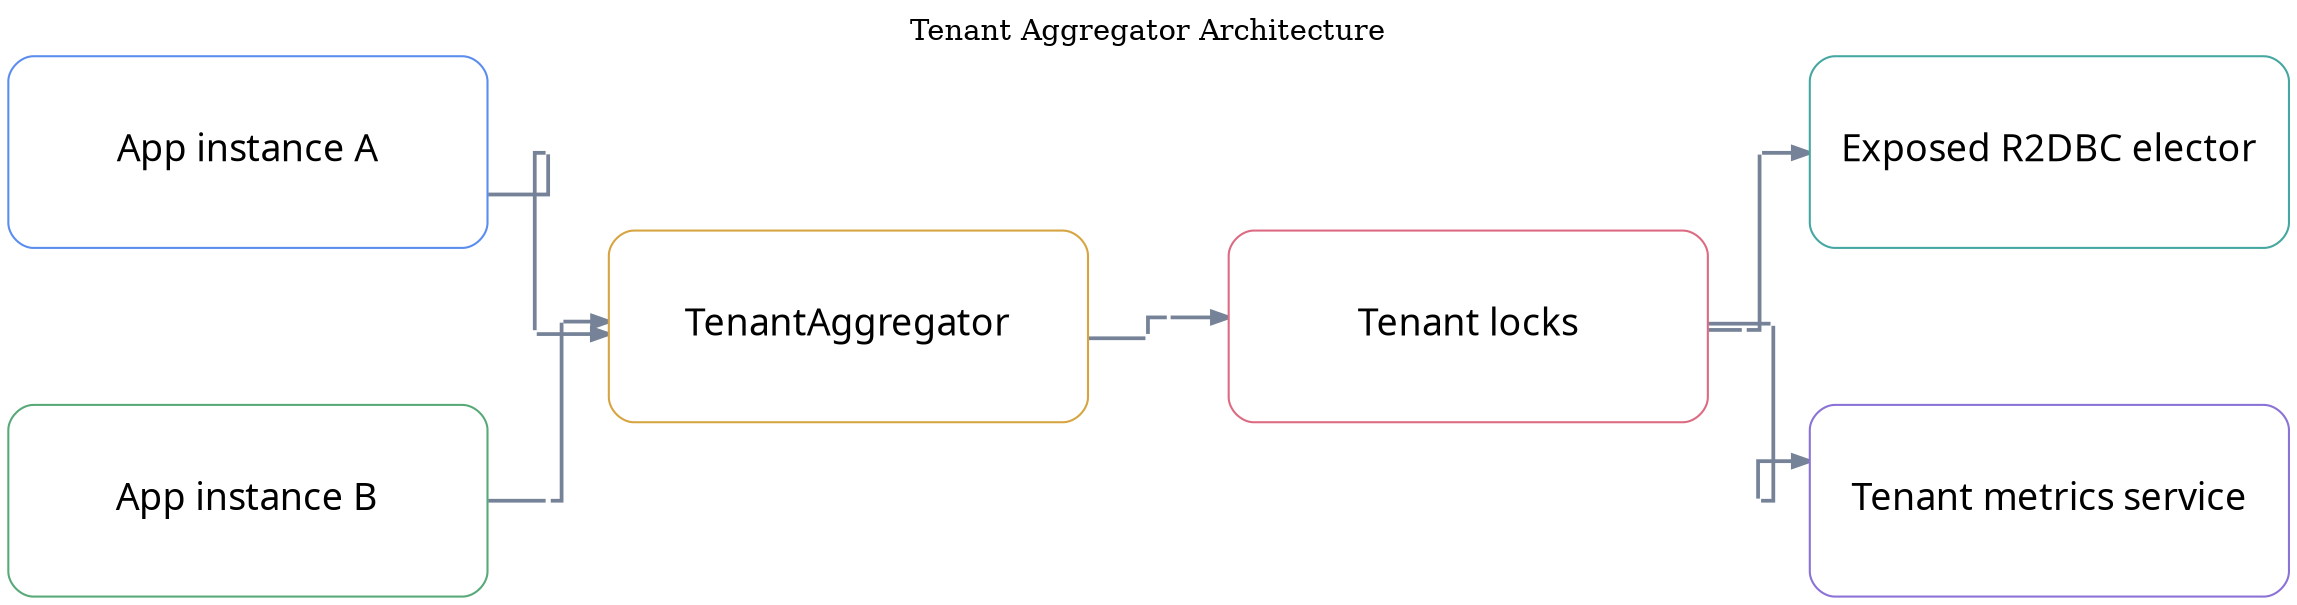
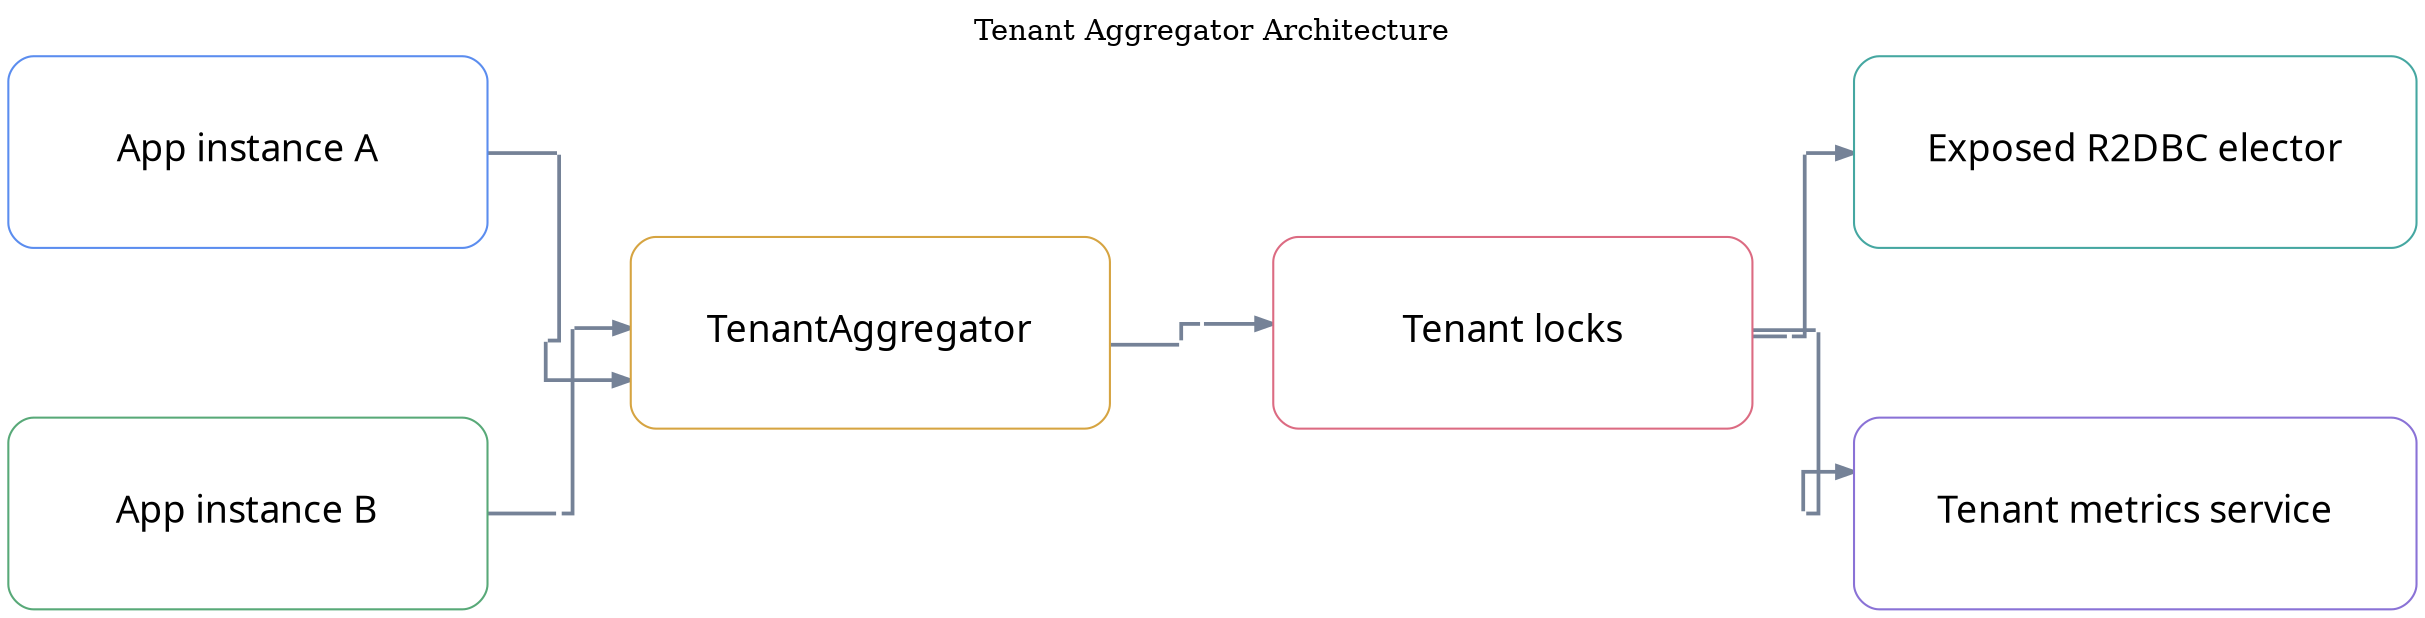
digraph "examples-tenant-aggregator-architecture-01" {
  graph [layout=neato, rankdir=LR, splines=ortho, overlap=false, outputorder=edgesfirst, nodesep=0.55, ranksep=0.75, bgcolor="transparent", label="Tenant Aggregator Architecture", labelloc=t];
  node [shape=box, style="rounded,filled", fontname="Architects Daughter", fontsize=18, margin="0.16,0.10"];
  edge [color="#758297", penwidth=1.8, arrowsize=0.8, fontname="Comic Mono", fontsize=10];
  n0 [label="App instance A", fillcolor="#ffffff", color="#5B8DEF", width=3.19, height=1.28, pos="185.00,484.00!"];
  n1 [label="App instance B", fillcolor="#ffffff", color="#58A978", width=3.19, height=1.28, pos="185.00,304.00!"];
  n2 [label="TenantAggregator", fillcolor="#ffffff", color="#D6A441", width=3.19, height=1.28, pos="495.00,394.00!"];
  n3 [label="Tenant locks", fillcolor="#ffffff", color="#DC6B82", width=3.19, height=1.28, pos="815.00,394.00!"];
-   n4 [label="Exposed R2DBC elector", fillcolor="#ffffff", color="#45A7A1", width=3.19, height=1.28, pos="1115.00,484.00!"];
-   n5 [label="Tenant metrics service", fillcolor="#ffffff", color="#8A72D6", width=3.19, height=1.28, pos="1115.00,304.00!"];
+   n4 [label="Exposed R2DBC elector", fillcolor="#ffffff", color="#45A7A1", width=3.75, height=1.28, pos="1125.00,484.00!"];
+   n5 [label="Tenant metrics service", fillcolor="#ffffff", color="#8A72D6", width=3.75, height=1.28, pos="1125.00,304.00!"];
  r1p1 [label="", shape=point, width=0.03, height=0.03, fixedsize=true, style=invis, pos="340.00,484.00!"];
  r1p2 [label="", shape=point, width=0.03, height=0.03, fixedsize=true, style=invis, pos="340.00,394.00!"];
  n0 -> r1p1 [arrowhead=none];
  r1p1 -> r1p2 [arrowhead=none];
  r1p2 -> n2 [];
  r2p1 [label="", shape=point, width=0.03, height=0.03, fixedsize=true, style=invis, pos="340.00,304.00!"];
  r2p2 [label="", shape=point, width=0.03, height=0.03, fixedsize=true, style=invis, pos="340.00,394.00!"];
  n1 -> r2p1 [arrowhead=none];
  r2p1 -> r2p2 [arrowhead=none];
  r2p2 -> n2 [];
  r3p1 [label="", shape=point, width=0.03, height=0.03, fixedsize=true, style=invis, pos="655.00,394.00!"];
  r3p2 [label="", shape=point, width=0.03, height=0.03, fixedsize=true, style=invis, pos="655.00,394.00!"];
  n2 -> r3p1 [arrowhead=none];
  r3p1 -> r3p2 [arrowhead=none];
  r3p2 -> n3 [];
-   r4p1 [label="", shape=point, width=0.03, height=0.03, fixedsize=true, style=invis, pos="965.00,394.00!"];
-   r4p2 [label="", shape=point, width=0.03, height=0.03, fixedsize=true, style=invis, pos="965.00,484.00!"];
+   r4p1 [label="", shape=point, width=0.03, height=0.03, fixedsize=true, style=invis, pos="960.00,394.00!"];
+   r4p2 [label="", shape=point, width=0.03, height=0.03, fixedsize=true, style=invis, pos="960.00,484.00!"];
  n3 -> r4p1 [arrowhead=none];
  r4p1 -> r4p2 [arrowhead=none];
  r4p2 -> n4 [];
-   r5p1 [label="", shape=point, width=0.03, height=0.03, fixedsize=true, style=invis, pos="965.00,394.00!"];
-   r5p2 [label="", shape=point, width=0.03, height=0.03, fixedsize=true, style=invis, pos="965.00,304.00!"];
+   r5p1 [label="", shape=point, width=0.03, height=0.03, fixedsize=true, style=invis, pos="960.00,394.00!"];
+   r5p2 [label="", shape=point, width=0.03, height=0.03, fixedsize=true, style=invis, pos="960.00,304.00!"];
  n3 -> r5p1 [arrowhead=none];
  r5p1 -> r5p2 [arrowhead=none];
  r5p2 -> n5 [];
}
